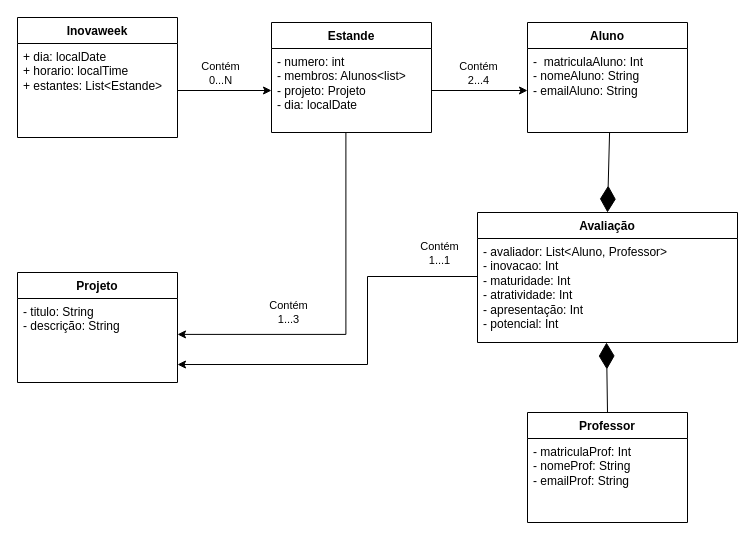
The draw.io diagram UML Inova.drawio in lokchin/projeto_inova_POO2, before the edit. Source tidied: cells renumbered, new cells numbered last; positions are measured from the earlier drawing's top-left corner, leaving out a move shared by most shapes. Both pictures are drawn from the tidied source at 100%, with x=0, y=0 at pixel (17, 17).
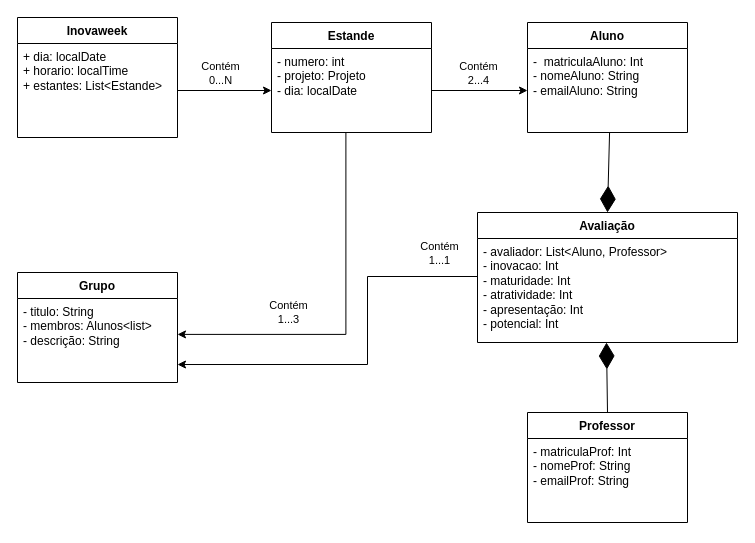
The same diagram, later.

Unchanged cells that the change refers to:
```xml
<mxCell id="5" value="Estande" style="swimlane;fontStyle=1;align=center;verticalAlign=top;horizontal=1;startSize=26;whiteSpace=wrap;html=1;" parent="1" vertex="1">
  <mxGeometry x="254" y="5" width="160" height="110" as="geometry" />
</mxCell>
```

Change to the diagram source:
```diff
@@
-    <mxCell id="6" value="- numero: int&lt;br&gt;- membros: Alunos&amp;lt;list&amp;gt;&lt;br&gt;- projeto: Projeto&lt;br&gt;- dia: localDate" style="text;strokeColor=none;fillColor=none;align=left;verticalAlign=top;spacingLeft=4;spacingRight=4;overflow=hidden;points=[[0,0.5],[1,0.5]];portConstraint=eastwest;whiteSpace=wrap;html=1;" parent="5" vertex="1">
+    <mxCell id="6" value="- numero: int&lt;br&gt;- projeto: Projeto&lt;br&gt;- dia: localDate" style="text;strokeColor=none;fillColor=none;align=left;verticalAlign=top;spacingLeft=4;spacingRight=4;overflow=hidden;points=[[0,0.5],[1,0.5]];portConstraint=eastwest;whiteSpace=wrap;html=1;" parent="5" vertex="1">
       <mxGeometry y="26" width="160" height="84" as="geometry" />
     </mxCell>
@@
-    <mxCell id="12" value="Projeto" style="swimlane;fontStyle=1;align=center;verticalAlign=top;horizontal=1;startSize=26;whiteSpace=wrap;html=1;" parent="1" vertex="1">
+    <mxCell id="12" value="Grupo" style="swimlane;fontStyle=1;align=center;verticalAlign=top;horizontal=1;startSize=26;whiteSpace=wrap;html=1;" parent="1" vertex="1">
       <mxGeometry y="255" width="160" height="110" as="geometry" />
     </mxCell>
-    <mxCell id="13" value="- titulo: String&lt;br&gt;- descrição: String" style="text;strokeColor=none;fillColor=none;align=left;verticalAlign=top;spacingLeft=4;spacingRight=4;overflow=hidden;points=[[0,0.5],[1,0.5]];portConstraint=eastwest;whiteSpace=wrap;html=1;" parent="12" vertex="1">
+    <mxCell id="13" value="- titulo: String&lt;br&gt;- membros: Alunos&amp;lt;list&amp;gt;&lt;br style=&quot;border-color: var(--border-color);&quot;&gt;- descrição: String" style="text;strokeColor=none;fillColor=none;align=left;verticalAlign=top;spacingLeft=4;spacingRight=4;overflow=hidden;points=[[0,0.5],[1,0.5]];portConstraint=eastwest;whiteSpace=wrap;html=1;" parent="12" vertex="1">
       <mxGeometry y="26" width="160" height="84" as="geometry" />
     </mxCell>
```
